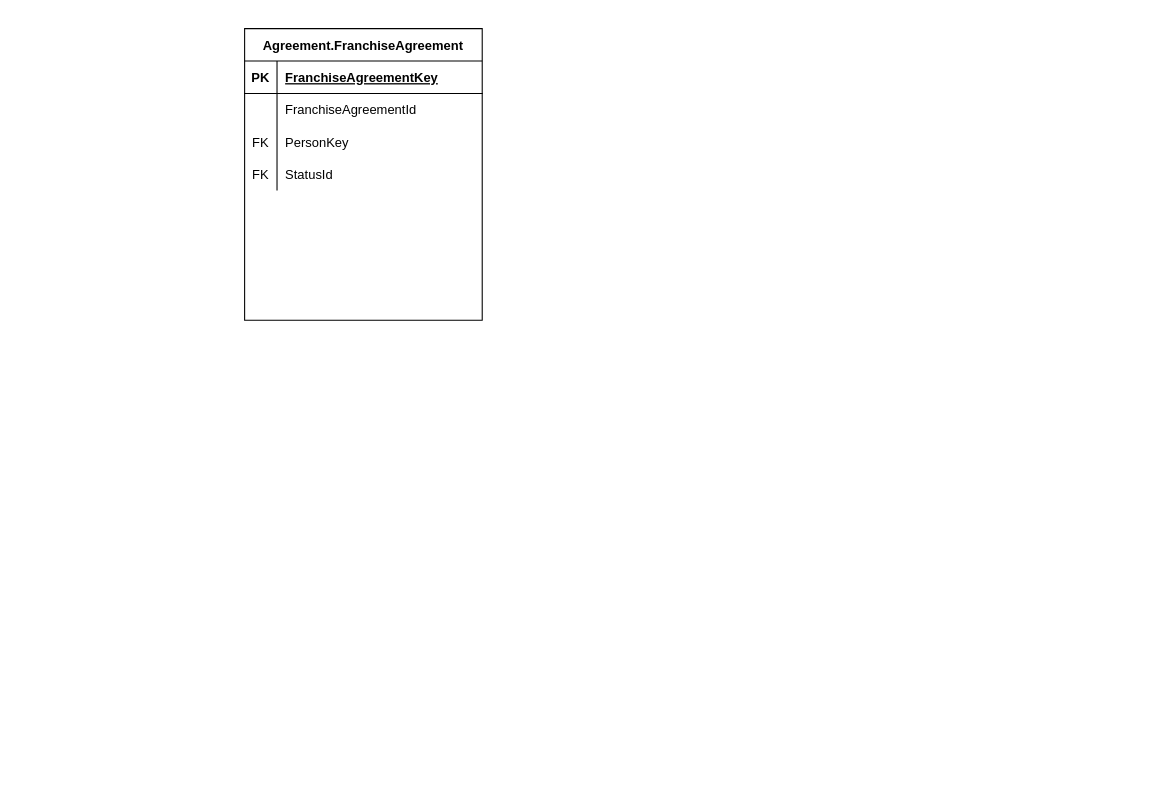
Before: FCA.drawio in AA-Mike/SqlToolbox, a draw.io diagram. Source tidied: cells renumbered, new cells numbered last; positions are measured from the earlier drawing's top-left corner, leaving out a move shared by most shapes. Both pictures are drawn from the tidied source at 108%, with x=0, y=0 at pixel (244, 28).
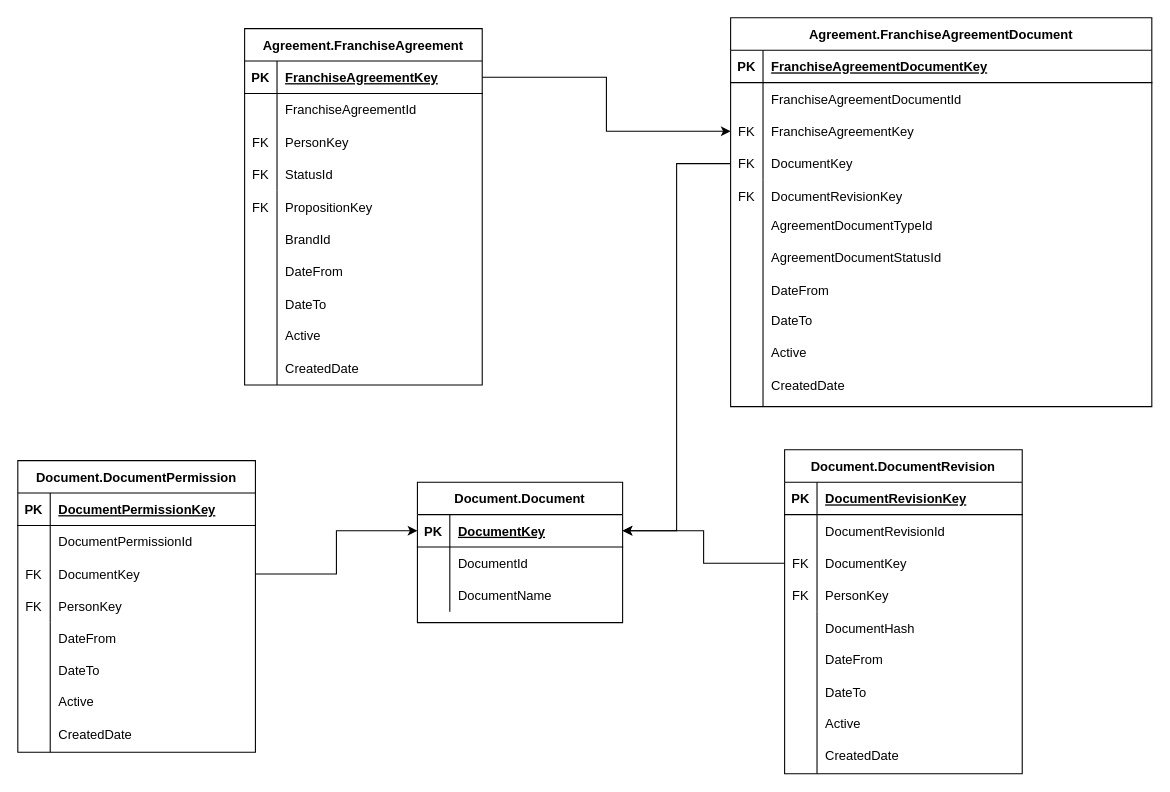
The same page after the edit.

Unchanged cells that the change refers to:
```xml
<mxCell id="3" style="shape=tableRow;horizontal=0;startSize=0;swimlaneHead=0;swimlaneBody=0;fillColor=none;points=[[0,0.5],[1,0.5]];portConstraint=eastwest;top=0;left=0;right=0;bottom=1;" parent="2" vertex="1">
  <mxGeometry y="30" width="220" height="30" as="geometry" />
</mxCell>
```

Diff of the diagram source:
```diff
@@
     <mxCell id="2" value="Agreement.FranchiseAgreement" style="shape=table;startSize=30;childLayout=tableLayout;rowLines=0;fontStyle=1;align=center;" parent="1" vertex="1">
-      <mxGeometry width="220" height="270" as="geometry" />
+      <mxGeometry width="220" height="330" as="geometry" />
     </mxCell>
@@
+    <mxCell id="15" style="shape=tableRow;horizontal=0;startSize=0;swimlaneHead=0;swimlaneBody=0;fillColor=none;top=0;left=0;right=0;bottom=0;" parent="1" vertex="1">
+      <mxGeometry y="150" width="220" height="30" as="geometry" />
+    </mxCell>
+    <mxCell id="16" value="FK" style="shape=partialRectangle;fillColor=none;top=0;left=0;bottom=0;right=0;overflow=hidden;" parent="15" vertex="1">
+      <mxGeometry width="30" height="30" as="geometry" />
+    </mxCell>
+    <mxCell id="17" value="PropositionKey" style="shape=partialRectangle;fillColor=none;top=0;left=0;bottom=0;right=0;align=left;spacingLeft=6;overflow=hidden;" parent="15" vertex="1">
+      <mxGeometry x="30" width="190" height="30" as="geometry" />
+    </mxCell>
+    <mxCell id="18" value="BrandId" style="shape=partialRectangle;fillColor=none;top=0;left=0;bottom=0;right=0;align=left;spacingLeft=6;overflow=hidden;" parent="1" vertex="1">
+      <mxGeometry x="30" y="180" width="190" height="30" as="geometry" />
+    </mxCell>
+    <mxCell id="19" value="DateFrom" style="shape=partialRectangle;fillColor=none;top=0;left=0;bottom=0;right=0;align=left;spacingLeft=6;overflow=hidden;" parent="1" vertex="1">
+      <mxGeometry x="30" y="210" width="190" height="30" as="geometry" />
+    </mxCell>
+    <mxCell id="20" value="DateTo" style="shape=partialRectangle;fillColor=none;top=0;left=0;bottom=0;right=0;align=left;spacingLeft=6;overflow=hidden;" parent="1" vertex="1">
+      <mxGeometry x="30" y="240" width="190" height="30" as="geometry" />
+    </mxCell>
+    <mxCell id="21" value="Active" style="shape=partialRectangle;fillColor=none;top=0;left=0;bottom=0;right=0;align=left;spacingLeft=6;overflow=hidden;" parent="1" vertex="1">
+      <mxGeometry x="30" y="269" width="190" height="30" as="geometry" />
+    </mxCell>
+    <mxCell id="22" value="CreatedDate" style="shape=partialRectangle;fillColor=none;top=0;left=0;bottom=0;right=0;align=left;spacingLeft=6;overflow=hidden;" parent="1" vertex="1">
+      <mxGeometry x="30" y="299" width="190" height="30" as="geometry" />
+    </mxCell>
+    <mxCell id="23" style="endArrow=none;html=1;rounded=0;" parent="1" edge="1">
+      <mxGeometry relative="1" as="geometry">
+        <mxPoint x="30" y="330" as="sourcePoint" />
+        <mxPoint x="30" y="150" as="targetPoint" />
+      </mxGeometry>
+    </mxCell>
+    <mxCell id="24" value="Agreement.FranchiseAgreementDocument" style="shape=table;startSize=30;childLayout=tableLayout;rowLines=0;fontStyle=1;align=center;" parent="1" vertex="1">
+      <mxGeometry x="450" y="-10" width="390" height="360" as="geometry" />
+    </mxCell>
+    <mxCell id="25" style="shape=tableRow;horizontal=0;startSize=0;swimlaneHead=0;swimlaneBody=0;fillColor=none;top=0;left=0;right=0;bottom=1;" parent="24" vertex="1">
+      <mxGeometry y="30" width="390" height="30" as="geometry" />
+    </mxCell>
+    <mxCell id="26" value="PK" style="shape=partialRectangle;fillColor=none;top=0;left=0;bottom=0;right=0;fontStyle=1;overflow=hidden;" parent="25" vertex="1">
+      <mxGeometry width="30" height="30" as="geometry" />
+    </mxCell>
+    <mxCell id="27" value="FranchiseAgreementDocumentKey" style="shape=partialRectangle;fillColor=none;top=0;left=0;bottom=0;right=0;align=left;spacingLeft=6;fontStyle=5;overflow=hidden;" parent="25" vertex="1">
+      <mxGeometry x="30" width="360" height="30" as="geometry" />
+    </mxCell>
+    <mxCell id="28" style="shape=tableRow;horizontal=0;startSize=0;swimlaneHead=0;swimlaneBody=0;fillColor=none;top=0;left=0;right=0;bottom=0;" parent="24" vertex="1">
+      <mxGeometry y="60" width="390" height="30" as="geometry" />
+    </mxCell>
+    <mxCell id="29" style="shape=partialRectangle;fillColor=none;top=0;left=0;bottom=0;right=0;overflow=hidden;" parent="28" vertex="1">
+      <mxGeometry width="30" height="30" as="geometry" />
+    </mxCell>
+    <mxCell id="30" value="FranchiseAgreementDocumentId" style="shape=partialRectangle;fillColor=none;top=0;left=0;bottom=0;right=0;align=left;spacingLeft=6;overflow=hidden;" parent="28" vertex="1">
+      <mxGeometry x="30" width="360" height="30" as="geometry" />
+    </mxCell>
+    <mxCell id="31" style="shape=tableRow;horizontal=0;startSize=0;swimlaneHead=0;swimlaneBody=0;fillColor=none;points=[[0,0.5],[1,0.5]];portConstraint=eastwest;top=0;left=0;right=0;bottom=0;" parent="24" vertex="1">
+      <mxGeometry y="90" width="390" height="30" as="geometry" />
+    </mxCell>
+    <mxCell id="32" value="FK" style="shape=partialRectangle;fillColor=none;top=0;left=0;bottom=0;right=0;overflow=hidden;" parent="31" vertex="1">
+      <mxGeometry width="30" height="30" as="geometry" />
+    </mxCell>
+    <mxCell id="33" value="FranchiseAgreementKey" style="shape=partialRectangle;fillColor=none;top=0;left=0;bottom=0;right=0;align=left;spacingLeft=6;overflow=hidden;" parent="31" vertex="1">
+      <mxGeometry x="30" width="360" height="30" as="geometry" />
+    </mxCell>
+    <mxCell id="34" style="shape=tableRow;horizontal=0;startSize=0;swimlaneHead=0;swimlaneBody=0;fillColor=none;points=[[0,0.5],[1,0.5]];portConstraint=eastwest;top=0;left=0;right=0;bottom=0;" parent="24" vertex="1">
+      <mxGeometry y="120" width="390" height="30" as="geometry" />
+    </mxCell>
+    <mxCell id="35" value="FK" style="shape=partialRectangle;fillColor=none;top=0;left=0;bottom=0;right=0;overflow=hidden;" parent="34" vertex="1">
+      <mxGeometry width="30" height="30" as="geometry" />
+    </mxCell>
+    <mxCell id="36" value="DocumentKey" style="shape=partialRectangle;fillColor=none;top=0;left=0;bottom=0;right=0;align=left;spacingLeft=6;overflow=hidden;" parent="34" vertex="1">
+      <mxGeometry x="30" width="360" height="30" as="geometry" />
+    </mxCell>
+    <mxCell id="37" style="shape=tableRow;horizontal=0;startSize=0;swimlaneHead=0;swimlaneBody=0;fillColor=none;top=0;left=0;right=0;bottom=0;" parent="1" vertex="1">
+      <mxGeometry x="450" y="140" width="220" height="30" as="geometry" />
+    </mxCell>
+    <mxCell id="38" value="FK" style="shape=partialRectangle;fillColor=none;top=0;left=0;bottom=0;right=0;overflow=hidden;" parent="37" vertex="1">
+      <mxGeometry width="30" height="30" as="geometry" />
+    </mxCell>
+    <mxCell id="39" value="DocumentRevisionKey" style="shape=partialRectangle;fillColor=none;top=0;left=0;bottom=0;right=0;align=left;spacingLeft=6;overflow=hidden;" parent="37" vertex="1">
+      <mxGeometry x="30" width="190" height="30" as="geometry" />
+    </mxCell>
+    <mxCell id="40" value="AgreementDocumentTypeId" style="shape=partialRectangle;fillColor=none;top=0;left=0;bottom=0;right=0;align=left;spacingLeft=6;overflow=hidden;" parent="1" vertex="1">
+      <mxGeometry x="480" y="167" width="190" height="30" as="geometry" />
+    </mxCell>
+    <mxCell id="41" value="DateFrom" style="shape=partialRectangle;fillColor=none;top=0;left=0;bottom=0;right=0;align=left;spacingLeft=6;overflow=hidden;" parent="1" vertex="1">
+      <mxGeometry x="480" y="227" width="190" height="30" as="geometry" />
+    </mxCell>
+    <mxCell id="42" value="DateTo" style="shape=partialRectangle;fillColor=none;top=0;left=0;bottom=0;right=0;align=left;spacingLeft=6;overflow=hidden;" parent="1" vertex="1">
+      <mxGeometry x="480" y="255" width="190" height="30" as="geometry" />
+    </mxCell>
+    <mxCell id="43" value="Active" style="shape=partialRectangle;fillColor=none;top=0;left=0;bottom=0;right=0;align=left;spacingLeft=6;overflow=hidden;" parent="1" vertex="1">
+      <mxGeometry x="480" y="285" width="190" height="30" as="geometry" />
+    </mxCell>
+    <mxCell id="44" value="CreatedDate" style="shape=partialRectangle;fillColor=none;top=0;left=0;bottom=0;right=0;align=left;spacingLeft=6;overflow=hidden;" parent="1" vertex="1">
+      <mxGeometry x="480" y="315" width="190" height="30" as="geometry" />
+    </mxCell>
+    <mxCell id="45" style="endArrow=none;html=1;rounded=0;" parent="1" edge="1">
+      <mxGeometry relative="1" as="geometry">
+        <mxPoint x="480" y="350" as="sourcePoint" />
+        <mxPoint x="480" y="140" as="targetPoint" />
+      </mxGeometry>
+    </mxCell>
+    <mxCell id="46" value="AgreementDocumentStatusId" style="shape=partialRectangle;fillColor=none;top=0;left=0;bottom=0;right=0;align=left;spacingLeft=6;overflow=hidden;" parent="1" vertex="1">
+      <mxGeometry x="480" y="197" width="190" height="30" as="geometry" />
+    </mxCell>
+    <mxCell id="47" style="edgeStyle=orthogonalEdgeStyle;rounded=0;jettySize=auto;html=1;entryX=0;entryY=0.5;entryDx=0;entryDy=0;" parent="1" edge="1" source="3" target="31">
+      <mxGeometry relative="1" as="geometry" />
+    </mxCell>
+    <mxCell id="48" value="Document.Document" style="shape=table;startSize=30;childLayout=tableLayout;rowLines=0;fontStyle=1;align=center;" parent="1" vertex="1">
+      <mxGeometry x="160" y="420" width="190" height="130" as="geometry" />
+    </mxCell>
+    <mxCell id="49" style="shape=tableRow;horizontal=0;startSize=0;swimlaneHead=0;swimlaneBody=0;fillColor=none;points=[[0,0.5],[1,0.5]];portConstraint=eastwest;top=0;left=0;right=0;bottom=1;" parent="48" vertex="1">
+      <mxGeometry y="30" width="190" height="30" as="geometry" />
+    </mxCell>
+    <mxCell id="50" value="PK" style="shape=partialRectangle;fillColor=none;top=0;left=0;bottom=0;right=0;fontStyle=1;overflow=hidden;" parent="49" vertex="1">
+      <mxGeometry width="30" height="30" as="geometry" />
+    </mxCell>
+    <mxCell id="51" value="DocumentKey" style="shape=partialRectangle;fillColor=none;top=0;left=0;bottom=0;right=0;align=left;spacingLeft=6;fontStyle=5;overflow=hidden;" parent="49" vertex="1">
+      <mxGeometry x="30" width="160" height="30" as="geometry" />
+    </mxCell>
+    <mxCell id="52" style="shape=tableRow;horizontal=0;startSize=0;swimlaneHead=0;swimlaneBody=0;fillColor=none;top=0;left=0;right=0;bottom=0;" parent="48" vertex="1">
+      <mxGeometry y="60" width="190" height="30" as="geometry" />
+    </mxCell>
+    <mxCell id="53" style="shape=partialRectangle;fillColor=none;top=0;left=0;bottom=0;right=0;overflow=hidden;" parent="52" vertex="1">
+      <mxGeometry width="30" height="30" as="geometry" />
+    </mxCell>
+    <mxCell id="54" value="DocumentId" style="shape=partialRectangle;fillColor=none;top=0;left=0;bottom=0;right=0;align=left;spacingLeft=6;overflow=hidden;" parent="52" vertex="1">
+      <mxGeometry x="30" width="160" height="30" as="geometry" />
+    </mxCell>
+    <mxCell id="55" style="shape=tableRow;horizontal=0;startSize=0;swimlaneHead=0;swimlaneBody=0;fillColor=none;top=0;left=0;right=0;bottom=0;" parent="48" vertex="1">
+      <mxGeometry y="90" width="190" height="30" as="geometry" />
+    </mxCell>
+    <mxCell id="56" style="shape=partialRectangle;fillColor=none;top=0;left=0;bottom=0;right=0;overflow=hidden;" parent="55" vertex="1">
+      <mxGeometry width="30" height="30" as="geometry" />
+    </mxCell>
+    <mxCell id="57" value="DocumentName" style="shape=partialRectangle;fillColor=none;top=0;left=0;bottom=0;right=0;align=left;spacingLeft=6;overflow=hidden;" parent="55" vertex="1">
+      <mxGeometry x="30" width="160" height="30" as="geometry" />
+    </mxCell>
+    <mxCell id="58" style="edgeStyle=orthogonalEdgeStyle;rounded=0;jettySize=auto;html=1;entryX=1;entryY=0.5;entryDx=0;entryDy=0;" parent="1" edge="1" source="34" target="49">
+      <mxGeometry relative="1" as="geometry" />
+    </mxCell>
+    <mxCell id="59" value="Document.DocumentPermission" style="shape=table;startSize=30;childLayout=tableLayout;rowLines=0;fontStyle=1;align=center;" parent="1" vertex="1">
+      <mxGeometry x="-210" y="400" width="220" height="270" as="geometry" />
+    </mxCell>
+    <mxCell id="60" style="shape=tableRow;horizontal=0;startSize=0;swimlaneHead=0;swimlaneBody=0;fillColor=none;top=0;left=0;right=0;bottom=1;" parent="59" vertex="1">
+      <mxGeometry y="30" width="220" height="30" as="geometry" />
+    </mxCell>
+    <mxCell id="61" value="PK" style="shape=partialRectangle;fillColor=none;top=0;left=0;bottom=0;right=0;fontStyle=1;overflow=hidden;" parent="60" vertex="1">
+      <mxGeometry width="30" height="30" as="geometry" />
+    </mxCell>
+    <mxCell id="62" value="DocumentPermissionKey" style="shape=partialRectangle;fillColor=none;top=0;left=0;bottom=0;right=0;align=left;spacingLeft=6;fontStyle=5;overflow=hidden;" parent="60" vertex="1">
+      <mxGeometry x="30" width="190" height="30" as="geometry" />
+    </mxCell>
+    <mxCell id="63" style="shape=tableRow;horizontal=0;startSize=0;swimlaneHead=0;swimlaneBody=0;fillColor=none;top=0;left=0;right=0;bottom=0;" parent="59" vertex="1">
+      <mxGeometry y="60" width="220" height="30" as="geometry" />
+    </mxCell>
+    <mxCell id="64" style="shape=partialRectangle;fillColor=none;top=0;left=0;bottom=0;right=0;overflow=hidden;" parent="63" vertex="1">
+      <mxGeometry width="30" height="30" as="geometry" />
+    </mxCell>
+    <mxCell id="65" value="DocumentPermissionId" style="shape=partialRectangle;fillColor=none;top=0;left=0;bottom=0;right=0;align=left;spacingLeft=6;overflow=hidden;" parent="63" vertex="1">
+      <mxGeometry x="30" width="190" height="30" as="geometry" />
+    </mxCell>
+    <mxCell id="66" style="shape=tableRow;horizontal=0;startSize=0;swimlaneHead=0;swimlaneBody=0;fillColor=none;points=[[0,0.5],[1,0.5]];portConstraint=eastwest;top=0;left=0;right=0;bottom=0;" parent="59" vertex="1">
+      <mxGeometry y="90" width="220" height="30" as="geometry" />
+    </mxCell>
+    <mxCell id="67" value="FK" style="shape=partialRectangle;fillColor=none;top=0;left=0;bottom=0;right=0;overflow=hidden;" parent="66" vertex="1">
+      <mxGeometry width="30" height="30" as="geometry" />
+    </mxCell>
+    <mxCell id="68" value="DocumentKey" style="shape=partialRectangle;fillColor=none;top=0;left=0;bottom=0;right=0;align=left;spacingLeft=6;overflow=hidden;" parent="66" vertex="1">
+      <mxGeometry x="30" width="190" height="30" as="geometry" />
+    </mxCell>
+    <mxCell id="69" style="shape=tableRow;horizontal=0;startSize=0;swimlaneHead=0;swimlaneBody=0;fillColor=none;top=0;left=0;right=0;bottom=0;" parent="59" vertex="1">
+      <mxGeometry y="120" width="220" height="30" as="geometry" />
+    </mxCell>
+    <mxCell id="70" value="FK" style="shape=partialRectangle;fillColor=none;top=0;left=0;bottom=0;right=0;overflow=hidden;" parent="69" vertex="1">
+      <mxGeometry width="30" height="30" as="geometry" />
+    </mxCell>
+    <mxCell id="71" value="PersonKey" style="shape=partialRectangle;fillColor=none;top=0;left=0;bottom=0;right=0;align=left;spacingLeft=6;overflow=hidden;" parent="69" vertex="1">
+      <mxGeometry x="30" width="190" height="30" as="geometry" />
+    </mxCell>
+    <mxCell id="72" style="shape=tableRow;horizontal=0;startSize=0;swimlaneHead=0;swimlaneBody=0;fillColor=none;top=0;left=0;right=0;bottom=0;" parent="1" vertex="1">
+      <mxGeometry x="-210" y="550" width="220" height="30" as="geometry" />
+    </mxCell>
+    <mxCell id="73" value="DateFrom" style="shape=partialRectangle;fillColor=none;top=0;left=0;bottom=0;right=0;align=left;spacingLeft=6;overflow=hidden;" parent="1" vertex="1">
+      <mxGeometry x="-180" y="549" width="190" height="30" as="geometry" />
+    </mxCell>
+    <mxCell id="74" value="DateTo" style="shape=partialRectangle;fillColor=none;top=0;left=0;bottom=0;right=0;align=left;spacingLeft=6;overflow=hidden;" parent="1" vertex="1">
+      <mxGeometry x="-180" y="579" width="190" height="30" as="geometry" />
+    </mxCell>
+    <mxCell id="75" value="Active" style="shape=partialRectangle;fillColor=none;top=0;left=0;bottom=0;right=0;align=left;spacingLeft=6;overflow=hidden;" parent="1" vertex="1">
+      <mxGeometry x="-180" y="608" width="190" height="30" as="geometry" />
+    </mxCell>
+    <mxCell id="76" value="CreatedDate" style="shape=partialRectangle;fillColor=none;top=0;left=0;bottom=0;right=0;align=left;spacingLeft=6;overflow=hidden;" parent="1" vertex="1">
+      <mxGeometry x="-180" y="638" width="190" height="30" as="geometry" />
+    </mxCell>
+    <mxCell id="77" style="endArrow=none;html=1;rounded=0;" parent="1" edge="1">
+      <mxGeometry relative="1" as="geometry">
+        <mxPoint x="-180" y="670" as="sourcePoint" />
+        <mxPoint x="-180" y="550" as="targetPoint" />
+      </mxGeometry>
+    </mxCell>
+    <mxCell id="78" style="edgeStyle=orthogonalEdgeStyle;rounded=0;jettySize=auto;html=1;entryX=0;entryY=0.5;entryDx=0;entryDy=0;" parent="1" edge="1" source="66" target="49">
+      <mxGeometry relative="1" as="geometry" />
+    </mxCell>
+    <mxCell id="79" value="Document.DocumentRevision" style="shape=table;startSize=30;childLayout=tableLayout;rowLines=0;fontStyle=1;align=center;" parent="1" vertex="1">
+      <mxGeometry x="500" y="390" width="220" height="300" as="geometry" />
+    </mxCell>
+    <mxCell id="80" style="shape=tableRow;horizontal=0;startSize=0;swimlaneHead=0;swimlaneBody=0;fillColor=none;top=0;left=0;right=0;bottom=1;" parent="79" vertex="1">
+      <mxGeometry y="30" width="220" height="30" as="geometry" />
+    </mxCell>
+    <mxCell id="81" value="PK" style="shape=partialRectangle;fillColor=none;top=0;left=0;bottom=0;right=0;fontStyle=1;overflow=hidden;" parent="80" vertex="1">
+      <mxGeometry width="30" height="30" as="geometry" />
+    </mxCell>
+    <mxCell id="82" value="DocumentRevisionKey" style="shape=partialRectangle;fillColor=none;top=0;left=0;bottom=0;right=0;align=left;spacingLeft=6;fontStyle=5;overflow=hidden;" parent="80" vertex="1">
+      <mxGeometry x="30" width="190" height="30" as="geometry" />
+    </mxCell>
+    <mxCell id="83" style="shape=tableRow;horizontal=0;startSize=0;swimlaneHead=0;swimlaneBody=0;fillColor=none;top=0;left=0;right=0;bottom=0;" parent="79" vertex="1">
+      <mxGeometry y="60" width="220" height="30" as="geometry" />
+    </mxCell>
+    <mxCell id="84" style="shape=partialRectangle;fillColor=none;top=0;left=0;bottom=0;right=0;overflow=hidden;" parent="83" vertex="1">
+      <mxGeometry width="30" height="30" as="geometry" />
+    </mxCell>
+    <mxCell id="85" value="DocumentRevisionId" style="shape=partialRectangle;fillColor=none;top=0;left=0;bottom=0;right=0;align=left;spacingLeft=6;overflow=hidden;" parent="83" vertex="1">
+      <mxGeometry x="30" width="190" height="30" as="geometry" />
+    </mxCell>
+    <mxCell id="86" style="shape=tableRow;horizontal=0;startSize=0;swimlaneHead=0;swimlaneBody=0;fillColor=none;points=[[0,0.5],[1,0.5]];portConstraint=eastwest;top=0;left=0;right=0;bottom=0;" parent="79" vertex="1">
+      <mxGeometry y="90" width="220" height="30" as="geometry" />
+    </mxCell>
+    <mxCell id="87" value="FK" style="shape=partialRectangle;fillColor=none;top=0;left=0;bottom=0;right=0;overflow=hidden;" parent="86" vertex="1">
+      <mxGeometry width="30" height="30" as="geometry" />
+    </mxCell>
+    <mxCell id="88" value="DocumentKey" style="shape=partialRectangle;fillColor=none;top=0;left=0;bottom=0;right=0;align=left;spacingLeft=6;overflow=hidden;" parent="86" vertex="1">
+      <mxGeometry x="30" width="190" height="30" as="geometry" />
+    </mxCell>
+    <mxCell id="89" style="shape=tableRow;horizontal=0;startSize=0;swimlaneHead=0;swimlaneBody=0;fillColor=none;top=0;left=0;right=0;bottom=0;" parent="79" vertex="1">
+      <mxGeometry y="120" width="220" height="30" as="geometry" />
+    </mxCell>
+    <mxCell id="90" value="FK" style="shape=partialRectangle;fillColor=none;top=0;left=0;bottom=0;right=0;overflow=hidden;" parent="89" vertex="1">
+      <mxGeometry width="30" height="30" as="geometry" />
+    </mxCell>
+    <mxCell id="91" value="PersonKey" style="shape=partialRectangle;fillColor=none;top=0;left=0;bottom=0;right=0;align=left;spacingLeft=6;overflow=hidden;" parent="89" vertex="1">
+      <mxGeometry x="30" width="190" height="30" as="geometry" />
+    </mxCell>
+    <mxCell id="92" style="shape=tableRow;horizontal=0;startSize=0;swimlaneHead=0;swimlaneBody=0;fillColor=none;top=0;left=0;right=0;bottom=0;" parent="1" vertex="1">
+      <mxGeometry x="500" y="540" width="220" height="30" as="geometry" />
+    </mxCell>
+    <mxCell id="93" value="DateFrom" style="shape=partialRectangle;fillColor=none;top=0;left=0;bottom=0;right=0;align=left;spacingLeft=6;overflow=hidden;" parent="1" vertex="1">
+      <mxGeometry x="530" y="569" width="190" height="30" as="geometry" />
+    </mxCell>
+    <mxCell id="94" value="DateTo" style="shape=partialRectangle;fillColor=none;top=0;left=0;bottom=0;right=0;align=left;spacingLeft=6;overflow=hidden;" parent="1" vertex="1">
+      <mxGeometry x="530" y="599" width="190" height="30" as="geometry" />
+    </mxCell>
+    <mxCell id="95" value="Active" style="shape=partialRectangle;fillColor=none;top=0;left=0;bottom=0;right=0;align=left;spacingLeft=6;overflow=hidden;" parent="1" vertex="1">
+      <mxGeometry x="530" y="628" width="190" height="30" as="geometry" />
+    </mxCell>
+    <mxCell id="96" value="CreatedDate" style="shape=partialRectangle;fillColor=none;top=0;left=0;bottom=0;right=0;align=left;spacingLeft=6;overflow=hidden;" parent="1" vertex="1">
+      <mxGeometry x="530" y="658" width="190" height="30" as="geometry" />
+    </mxCell>
+    <mxCell id="97" style="endArrow=none;html=1;rounded=0;" parent="1" edge="1">
+      <mxGeometry relative="1" as="geometry">
+        <mxPoint x="530" y="690" as="sourcePoint" />
+        <mxPoint x="530" y="540" as="targetPoint" />
+      </mxGeometry>
+    </mxCell>
+    <mxCell id="98" value="DocumentHash" style="shape=partialRectangle;fillColor=none;top=0;left=0;bottom=0;right=0;align=left;spacingLeft=6;overflow=hidden;" parent="1" vertex="1">
+      <mxGeometry x="530" y="540" width="190" height="30" as="geometry" />
+    </mxCell>
+    <mxCell id="99" style="edgeStyle=orthogonalEdgeStyle;rounded=0;jettySize=auto;html=1;entryX=1;entryY=0.5;entryDx=0;entryDy=0;" parent="1" edge="1" source="86" target="49">
+      <mxGeometry relative="1" as="geometry" />
+    </mxCell>
```
